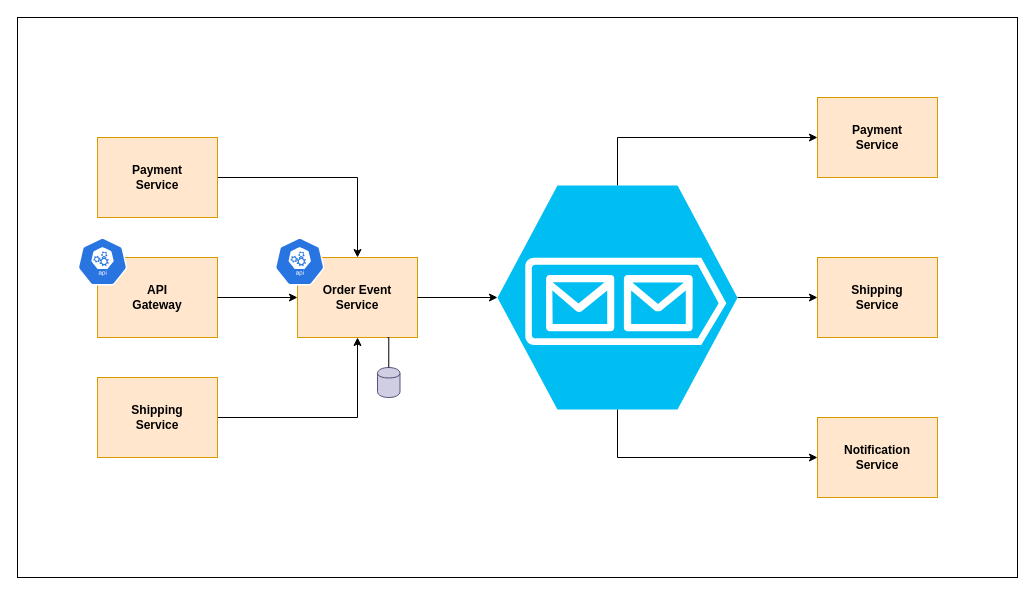
Above: page "Page-1" (1 of 2) of drawio/architecture-diagram.drawio in event-driven-architecture-poc/event-driven-architecture-poc.github.io (draw.io), before the change. Source tidied: cells renumbered, new cells numbered last; positions are measured from the earlier drawing's top-left corner, leaving out a move shared by most shapes. Both pictures are drawn from the tidied source at 100%, with x=0, y=0 at pixel (17, 17).
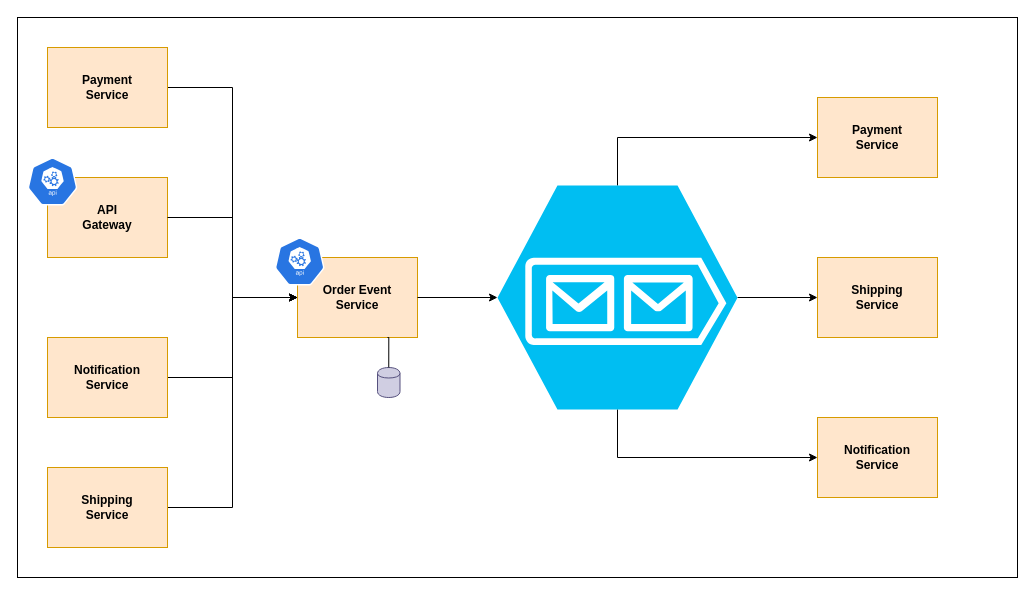
The same diagram, later.

The change refers to these unchanged cells:
```xml
<mxCell id="17" value="&lt;b&gt;Order Event&lt;br&gt;Service&lt;br&gt;&lt;/b&gt;" style="rounded=0;whiteSpace=wrap;html=1;fillColor=#ffe6cc;strokeColor=#d79b00;" parent="16" vertex="1">
  <mxGeometry x="22.8" y="20" width="120" height="80" as="geometry" />
</mxCell>
```

Change to the diagram source:
```diff
@@
-    <mxCell id="9" style="edgeStyle=orthogonalEdgeStyle;rounded=0;jettySize=auto;html=1;exitX=1;exitY=0.5;exitDx=0;exitDy=0;entryX=0.5;entryY=0;entryDx=0;entryDy=0;" parent="1" edge="1" source="10" target="17">
+    <mxCell id="9" style="edgeStyle=orthogonalEdgeStyle;rounded=0;jettySize=auto;html=1;exitX=1;exitY=0.5;exitDx=0;exitDy=0;entryX=0;entryY=0.5;entryDx=0;entryDy=0;" parent="1" edge="1" source="10" target="17">
       <mxGeometry relative="1" as="geometry" />
     </mxCell>
     <mxCell id="10" value="&lt;b&gt;Payment &lt;br&gt;Service&lt;/b&gt;" style="rounded=0;whiteSpace=wrap;html=1;fillColor=#ffe6cc;strokeColor=#d79b00;" parent="1" vertex="1">
-      <mxGeometry x="80" y="120" width="120" height="80" as="geometry" />
+      <mxGeometry x="30" y="30" width="120" height="80" as="geometry" />
     </mxCell>
-    <mxCell id="11" style="edgeStyle=orthogonalEdgeStyle;rounded=0;jettySize=auto;html=1;exitX=1;exitY=0.5;exitDx=0;exitDy=0;entryX=0.5;entryY=1;entryDx=0;entryDy=0;" parent="1" edge="1" source="12" target="17">
+    <mxCell id="11" style="edgeStyle=orthogonalEdgeStyle;rounded=0;jettySize=auto;html=1;entryX=0;entryY=0.5;entryDx=0;entryDy=0;" parent="1" edge="1" source="12" target="17">
       <mxGeometry relative="1" as="geometry" />
     </mxCell>
     <mxCell id="12" value="&lt;b&gt;Shipping &lt;br&gt;Service&lt;/b&gt;" style="rounded=0;whiteSpace=wrap;html=1;fillColor=#ffe6cc;strokeColor=#d79b00;" parent="1" vertex="1">
-      <mxGeometry x="80" y="360" width="120" height="80" as="geometry" />
+      <mxGeometry x="30" y="450" width="120" height="80" as="geometry" />
     </mxCell>
     <mxCell id="13" style="group;" parent="1" vertex="1">
-      <mxGeometry x="60" y="220" width="140" height="100" as="geometry" />
+      <mxGeometry x="10" y="140" width="140" height="100" as="geometry" />
     </mxCell>
@@
+    <mxCell id="25" style="edgeStyle=orthogonalEdgeStyle;rounded=0;jettySize=auto;html=1;entryX=0;entryY=0.5;entryDx=0;entryDy=0;" parent="1" edge="1" source="26" target="17">
+      <mxGeometry relative="1" as="geometry" />
+    </mxCell>
+    <mxCell id="26" value="&lt;b&gt;Notification&lt;br&gt;Service&lt;/b&gt;" style="rounded=0;whiteSpace=wrap;html=1;fillColor=#ffe6cc;strokeColor=#d79b00;" parent="1" vertex="1">
+      <mxGeometry x="30" y="320" width="120" height="80" as="geometry" />
+    </mxCell>
```
